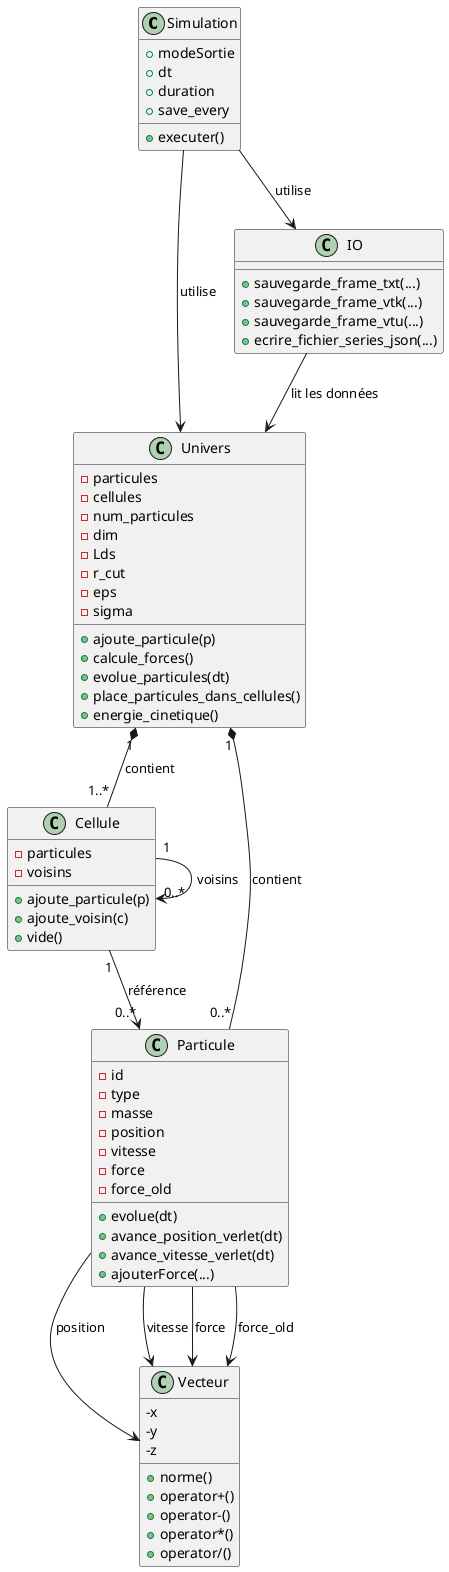
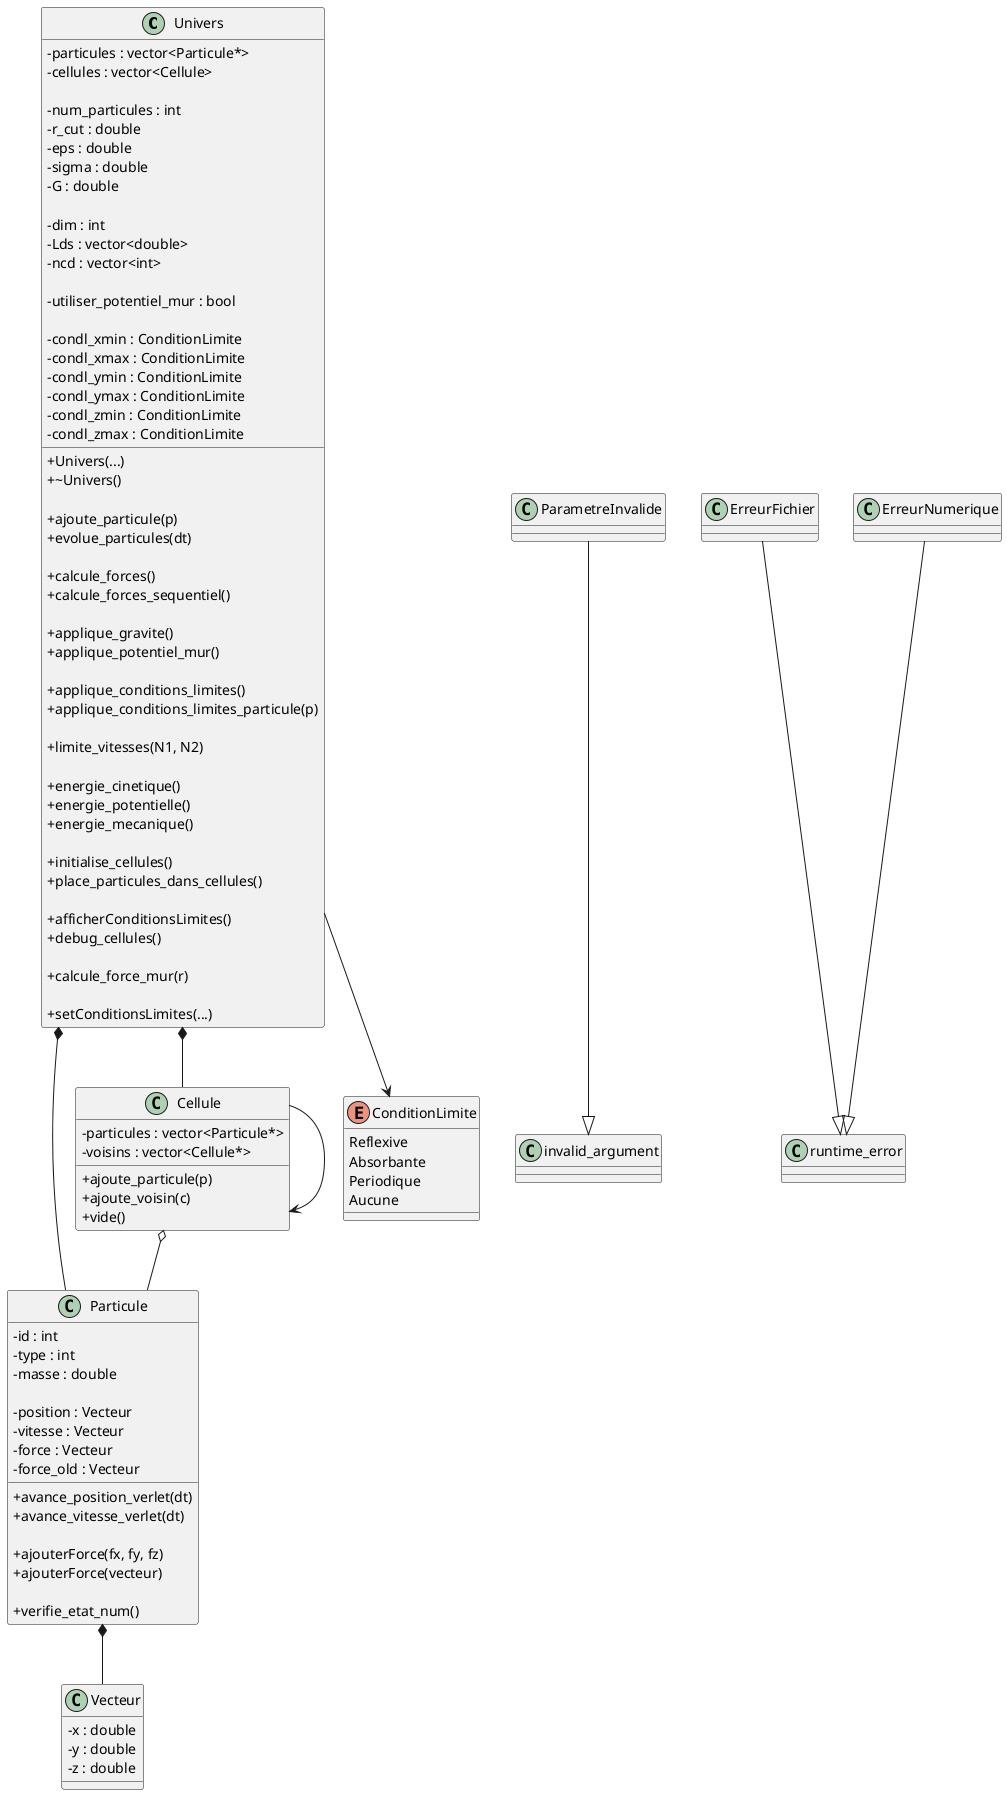
@startuml

- class Simulation {
-   +modeSortie
-   +dt
-   +duration
-   +save_every
-   +executer()
+ skinparam classAttributeIconSize 0
+ 
+ class Univers {
+     - particules : vector<Particule*>
+     - cellules : vector<Cellule>
+ 
+     - num_particules : int
+     - r_cut : double
+     - eps : double
+     - sigma : double
+     - G : double
+ 
+     - dim : int
+     - Lds : vector<double>
+     - ncd : vector<int>
+ 
+     - utiliser_potentiel_mur : bool
+ 
+     - condl_xmin : ConditionLimite
+     - condl_xmax : ConditionLimite
+     - condl_ymin : ConditionLimite
+     - condl_ymax : ConditionLimite
+     - condl_zmin : ConditionLimite
+     - condl_zmax : ConditionLimite
+ 
+     + Univers(...)
+     + ~Univers()
+ 
+     + ajoute_particule(p)
+     + evolue_particules(dt)
+ 
+     + calcule_forces()
+     + calcule_forces_sequentiel()
+ 
+     + applique_gravite()
+     + applique_potentiel_mur()
+ 
+     + applique_conditions_limites()
+     + applique_conditions_limites_particule(p)
+ 
+     + limite_vitesses(N1, N2)
+ 
+     + energie_cinetique()
+     + energie_potentielle()
+     + energie_mecanique()
+ 
+     + initialise_cellules()
+     + place_particules_dans_cellules()
+ 
+     + afficherConditionsLimites()
+     + debug_cellules()
+ 
+     + calcule_force_mur(r)
+ 
+     + setConditionsLimites(...)
}

- class Univers {
-   -particules
-   -cellules
-   -num_particules
-   -dim
-   -Lds
-   -r_cut
-   -eps
-   -sigma
-   +ajoute_particule(p)
-   +calcule_forces()
-   +evolue_particules(dt)
-   +place_particules_dans_cellules()
-   +energie_cinetique()
+ class Particule {
+     - id : int
+     - type : int
+     - masse : double
+ 
+     - position : Vecteur
+     - vitesse : Vecteur
+     - force : Vecteur
+     - force_old : Vecteur
+ 
+     + avance_position_verlet(dt)
+     + avance_vitesse_verlet(dt)
+ 
+     + ajouterForce(fx, fy, fz)
+     + ajouterForce(vecteur)
+ 
+     + verifie_etat_num()
+ }
+ 
+ class Vecteur {
+     - x : double
+     - y : double
+     - z : double
}

class Cellule {
-   -particules
-   -voisins
-   +ajoute_particule(p)
-   +ajoute_voisin(c)
-   +vide()
+     - particules : vector<Particule*>
+     - voisins : vector<Cellule*>
+ 
+     + ajoute_particule(p)
+     + ajoute_voisin(c)
+     + vide()
}

- class Particule {
-   -id
-   -type
-   -masse
-   -position
-   -vitesse
-   -force
-   -force_old
-   +evolue(dt)
-   +avance_position_verlet(dt)
-   +avance_vitesse_verlet(dt)
-   +ajouterForce(...)
+ enum ConditionLimite {
+     Reflexive
+     Absorbante
+     Periodique
+     Aucune
}

- class Vecteur {
-   -x
-   -y
-   -z
-   +norme()
-   +operator+()
-   +operator-()
-   +operator*()
-   +operator/()
- }
+ class ParametreInvalide
+ class ErreurFichier
+ class ErreurNumerique

- class IO {
-   +sauvegarde_frame_txt(...)
-   +sauvegarde_frame_vtk(...)
-   +sauvegarde_frame_vtu(...)
-   +ecrire_fichier_series_json(...)
- }
+ ParametreInvalide --|> invalid_argument
+ ErreurFichier --|> runtime_error
+ ErreurNumerique --|> runtime_error

- Simulation --> Univers : utilise
- Simulation --> IO : utilise
+ Univers *-- Particule
+ Univers *-- Cellule
+ Particule *-- Vecteur
+ Univers --> ConditionLimite

- Univers "1" *-- "0..*" Particule : contient
- Univers "1" *-- "1..*" Cellule : contient
- 
- Cellule "1" --> "0..*" Particule : référence
- Cellule "1" --> "0..*" Cellule : voisins
- 
- Particule --> Vecteur : position
- Particule --> Vecteur : vitesse
- Particule --> Vecteur : force
- Particule --> Vecteur : force_old
- 
- IO --> Univers : lit les données
+ Cellule o-- Particule
+ Cellule --> Cellule

@enduml